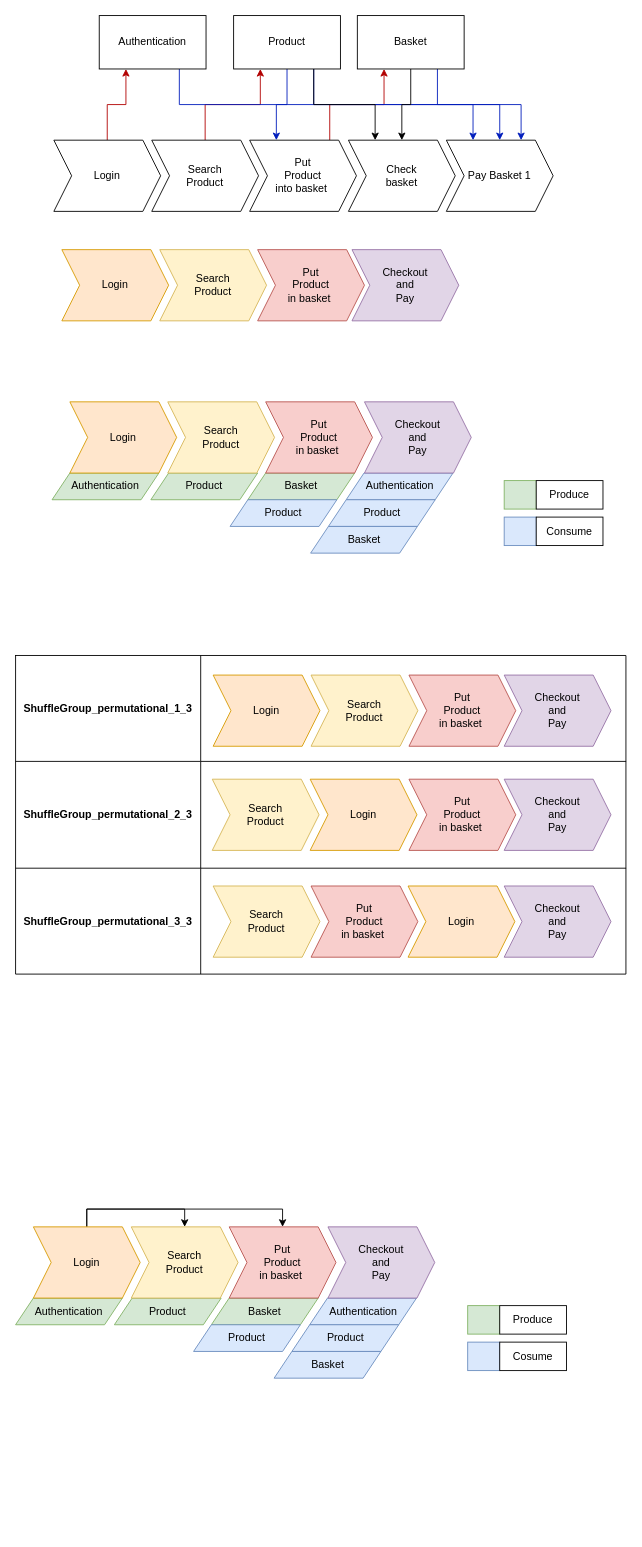
This is page "PermutationsInAction" (16 of 16) of diagrams/PhasedDiagrams.drawio from adobe/phased-testing, a draw.io file, before an edit. Source tidied: cells renumbered, new cells numbered last; positions are measured from the earlier drawing's top-left corner, leaving out a move shared by most shapes. Both pictures are drawn from the tidied source at 89%, with x=0, y=0 at pixel (15, 15).
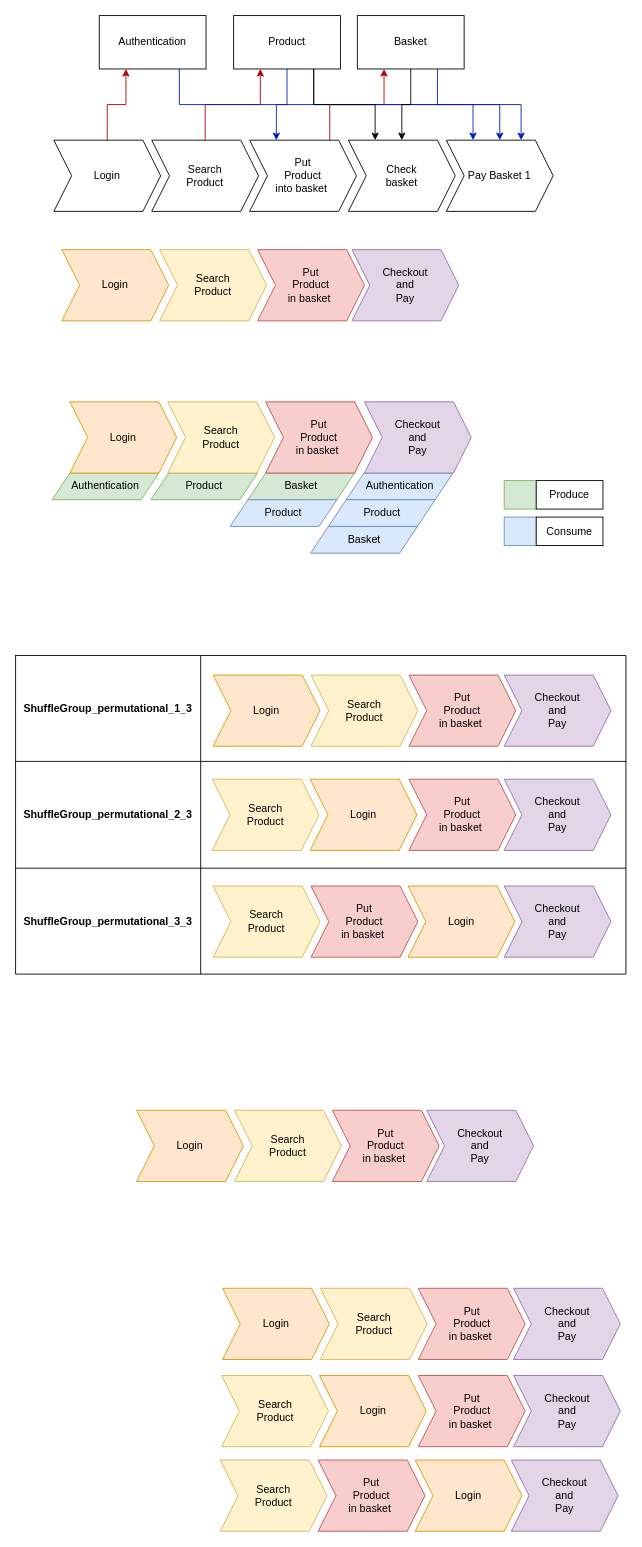
The same diagram, later.

Diff of the diagram source:
```diff
@@
-    <mxCell id="60" value="Authentication" style="shape=parallelogram;perimeter=parallelogramPerimeter;whiteSpace=wrap;html=1;fixedSize=1;fillColor=#d5e8d4;strokeColor=#82b366;" parent="1" vertex="1">
-      <mxGeometry y="1441" width="120" height="30" as="geometry" />
-    </mxCell>
-    <mxCell id="61" value="Product" style="shape=parallelogram;perimeter=parallelogramPerimeter;whiteSpace=wrap;html=1;fixedSize=1;fillColor=#d5e8d4;strokeColor=#82b366;" parent="1" vertex="1">
-      <mxGeometry x="111" y="1441" width="120" height="30" as="geometry" />
-    </mxCell>
-    <mxCell id="62" value="Basket" style="shape=parallelogram;perimeter=parallelogramPerimeter;whiteSpace=wrap;html=1;fixedSize=1;fillColor=#d5e8d4;strokeColor=#82b366;" parent="1" vertex="1">
-      <mxGeometry x="220" y="1441" width="120" height="30" as="geometry" />
-    </mxCell>
-    <mxCell id="63" value="Authentication" style="shape=parallelogram;perimeter=parallelogramPerimeter;whiteSpace=wrap;html=1;fixedSize=1;fillColor=#dae8fc;strokeColor=#6c8ebf;" parent="1" vertex="1">
-      <mxGeometry x="330.5" y="1441" width="120" height="30" as="geometry" />
-    </mxCell>
-    <mxCell id="64" value="Product" style="shape=parallelogram;perimeter=parallelogramPerimeter;whiteSpace=wrap;html=1;fixedSize=1;fillColor=#dae8fc;strokeColor=#6c8ebf;" parent="1" vertex="1">
-      <mxGeometry x="200" y="1471" width="120" height="30" as="geometry" />
-    </mxCell>
-    <mxCell id="65" value="Product" style="shape=parallelogram;perimeter=parallelogramPerimeter;whiteSpace=wrap;html=1;fixedSize=1;fillColor=#dae8fc;strokeColor=#6c8ebf;" parent="1" vertex="1">
-      <mxGeometry x="310.5" y="1471" width="120" height="30" as="geometry" />
-    </mxCell>
-    <mxCell id="66" value="Basket" style="shape=parallelogram;perimeter=parallelogramPerimeter;whiteSpace=wrap;html=1;fixedSize=1;fillColor=#dae8fc;strokeColor=#6c8ebf;" parent="1" vertex="1">
-      <mxGeometry x="290.5" y="1501" width="120" height="30" as="geometry" />
-    </mxCell>
-    <mxCell id="67" style="rounded=0;whiteSpace=wrap;html=1;fillColor=#d5e8d4;strokeColor=#82b366;" parent="1" vertex="1">
-      <mxGeometry x="508" y="1449.5" width="36" height="32" as="geometry" />
-    </mxCell>
-    <mxCell id="68" value="Produce" style="rounded=0;whiteSpace=wrap;html=1;" parent="1" vertex="1">
-      <mxGeometry x="544" y="1449.5" width="75" height="32" as="geometry" />
-    </mxCell>
-    <mxCell id="69" style="rounded=0;whiteSpace=wrap;html=1;fillColor=#dae8fc;strokeColor=#6c8ebf;" parent="1" vertex="1">
-      <mxGeometry x="508" y="1490.5" width="36" height="32" as="geometry" />
-    </mxCell>
-    <mxCell id="70" value="Cosume" style="rounded=0;whiteSpace=wrap;html=1;" parent="1" vertex="1">
-      <mxGeometry x="544" y="1490.5" width="75" height="32" as="geometry" />
-    </mxCell>
-    <mxCell id="71" style="edgeStyle=orthogonalEdgeStyle;rounded=0;jettySize=auto;html=1;exitX=0.5;exitY=0;exitDx=0;exitDy=0;entryX=0.5;entryY=0;entryDx=0;entryDy=0;" parent="1" edge="1" source="73" target="76">
-      <mxGeometry relative="1" as="geometry" />
-    </mxCell>
-    <mxCell id="72" style="edgeStyle=orthogonalEdgeStyle;rounded=0;jettySize=auto;html=1;exitX=0.5;exitY=0;exitDx=0;exitDy=0;entryX=0.5;entryY=0;entryDx=0;entryDy=0;" parent="1" edge="1" source="73" target="74">
-      <mxGeometry relative="1" as="geometry" />
-    </mxCell>
-    <mxCell id="73" value="Login" style="shape=step;perimeter=stepPerimeter;whiteSpace=wrap;html=1;fixedSize=1;fillColor=#ffe6cc;strokeColor=#d79b00;" parent="1" vertex="1">
-      <mxGeometry x="20" y="1361" width="120" height="80" as="geometry" />
-    </mxCell>
-    <mxCell id="74" value="Put &lt;br&gt;Product&lt;br&gt;in basket&amp;nbsp;" style="shape=step;perimeter=stepPerimeter;whiteSpace=wrap;html=1;fixedSize=1;fillColor=#f8cecc;strokeColor=#b85450;" parent="1" vertex="1">
-      <mxGeometry x="240" y="1361" width="120" height="80" as="geometry" />
-    </mxCell>
-    <mxCell id="75" value="Checkout &lt;br&gt;and &lt;br&gt;Pay" style="shape=step;perimeter=stepPerimeter;whiteSpace=wrap;html=1;fixedSize=1;fillColor=#e1d5e7;strokeColor=#9673a6;" parent="1" vertex="1">
-      <mxGeometry x="351" y="1361" width="120" height="80" as="geometry" />
-    </mxCell>
-    <mxCell id="76" value="Search &lt;br&gt;Product" style="shape=step;perimeter=stepPerimeter;whiteSpace=wrap;html=1;fixedSize=1;fillColor=#fff2cc;strokeColor=#d6b656;" parent="1" vertex="1">
-      <mxGeometry x="130" y="1361" width="120" height="80" as="geometry" />
-    </mxCell>
+    <mxCell id="77" value="Login" style="shape=step;perimeter=stepPerimeter;whiteSpace=wrap;html=1;fixedSize=1;fillColor=#ffe6cc;strokeColor=#d79b00;" parent="1" vertex="1">
+      <mxGeometry x="136" y="1230" width="120" height="80" as="geometry" />
+    </mxCell>
+    <mxCell id="78" value="Put &lt;br&gt;Product&lt;br&gt;in basket&amp;nbsp;" style="shape=step;perimeter=stepPerimeter;whiteSpace=wrap;html=1;fixedSize=1;fillColor=#f8cecc;strokeColor=#b85450;" parent="1" vertex="1">
+      <mxGeometry x="356" y="1230" width="120" height="80" as="geometry" />
+    </mxCell>
+    <mxCell id="79" value="Checkout &lt;br&gt;and &lt;br&gt;Pay" style="shape=step;perimeter=stepPerimeter;whiteSpace=wrap;html=1;fixedSize=1;fillColor=#e1d5e7;strokeColor=#9673a6;" parent="1" vertex="1">
+      <mxGeometry x="462" y="1230" width="120" height="80" as="geometry" />
+    </mxCell>
+    <mxCell id="80" value="Search &lt;br&gt;Product" style="shape=step;perimeter=stepPerimeter;whiteSpace=wrap;html=1;fixedSize=1;fillColor=#fff2cc;strokeColor=#d6b656;" parent="1" vertex="1">
+      <mxGeometry x="246" y="1230" width="120" height="80" as="geometry" />
+    </mxCell>
+    <mxCell id="81" value="Login" style="shape=step;perimeter=stepPerimeter;whiteSpace=wrap;html=1;fixedSize=1;fillColor=#ffe6cc;strokeColor=#d79b00;" parent="1" vertex="1">
+      <mxGeometry x="232.5" y="1430" width="120" height="80" as="geometry" />
+    </mxCell>
+    <mxCell id="82" value="Put &lt;br&gt;Product&lt;br&gt;in basket&amp;nbsp;" style="shape=step;perimeter=stepPerimeter;whiteSpace=wrap;html=1;fixedSize=1;fillColor=#f8cecc;strokeColor=#b85450;" parent="1" vertex="1">
+      <mxGeometry x="452.5" y="1430" width="120" height="80" as="geometry" />
+    </mxCell>
+    <mxCell id="83" value="Checkout &lt;br&gt;and &lt;br&gt;Pay" style="shape=step;perimeter=stepPerimeter;whiteSpace=wrap;html=1;fixedSize=1;fillColor=#e1d5e7;strokeColor=#9673a6;" parent="1" vertex="1">
+      <mxGeometry x="559.5" y="1430" width="120" height="80" as="geometry" />
+    </mxCell>
+    <mxCell id="84" value="Search &lt;br&gt;Product" style="shape=step;perimeter=stepPerimeter;whiteSpace=wrap;html=1;fixedSize=1;fillColor=#fff2cc;strokeColor=#d6b656;" parent="1" vertex="1">
+      <mxGeometry x="342.5" y="1430" width="120" height="80" as="geometry" />
+    </mxCell>
+    <mxCell id="85" value="Login" style="shape=step;perimeter=stepPerimeter;whiteSpace=wrap;html=1;fixedSize=1;fillColor=#ffe6cc;strokeColor=#d79b00;" parent="1" vertex="1">
+      <mxGeometry x="341.5" y="1528" width="120" height="80" as="geometry" />
+    </mxCell>
+    <mxCell id="86" value="Put &lt;br&gt;Product&lt;br&gt;in basket&amp;nbsp;" style="shape=step;perimeter=stepPerimeter;whiteSpace=wrap;html=1;fixedSize=1;fillColor=#f8cecc;strokeColor=#b85450;" parent="1" vertex="1">
+      <mxGeometry x="452.5" y="1528" width="120" height="80" as="geometry" />
+    </mxCell>
+    <mxCell id="87" value="Checkout &lt;br&gt;and &lt;br&gt;Pay" style="shape=step;perimeter=stepPerimeter;whiteSpace=wrap;html=1;fixedSize=1;fillColor=#e1d5e7;strokeColor=#9673a6;" parent="1" vertex="1">
+      <mxGeometry x="559.5" y="1528" width="120" height="80" as="geometry" />
+    </mxCell>
+    <mxCell id="88" value="Search &lt;br&gt;Product" style="shape=step;perimeter=stepPerimeter;whiteSpace=wrap;html=1;fixedSize=1;fillColor=#fff2cc;strokeColor=#d6b656;" parent="1" vertex="1">
+      <mxGeometry x="231.5" y="1528" width="120" height="80" as="geometry" />
+    </mxCell>
+    <mxCell id="89" value="Checkout &lt;br&gt;and &lt;br&gt;Pay" style="shape=step;perimeter=stepPerimeter;whiteSpace=wrap;html=1;fixedSize=1;fillColor=#e1d5e7;strokeColor=#9673a6;" parent="1" vertex="1">
+      <mxGeometry x="557" y="1623" width="120" height="80" as="geometry" />
+    </mxCell>
+    <mxCell id="90" value="Put &lt;br&gt;Product&lt;br&gt;in basket&amp;nbsp;" style="shape=step;perimeter=stepPerimeter;whiteSpace=wrap;html=1;fixedSize=1;fillColor=#f8cecc;strokeColor=#b85450;" parent="1" vertex="1">
+      <mxGeometry x="340" y="1623" width="120" height="80" as="geometry" />
+    </mxCell>
+    <mxCell id="91" value="Search &lt;br&gt;Product" style="shape=step;perimeter=stepPerimeter;whiteSpace=wrap;html=1;fixedSize=1;fillColor=#fff2cc;strokeColor=#d6b656;" parent="1" vertex="1">
+      <mxGeometry x="230" y="1623" width="120" height="80" as="geometry" />
+    </mxCell>
+    <mxCell id="92" value="Login" style="shape=step;perimeter=stepPerimeter;whiteSpace=wrap;html=1;fixedSize=1;fillColor=#ffe6cc;strokeColor=#d79b00;" parent="1" vertex="1">
+      <mxGeometry x="449" y="1623" width="120" height="80" as="geometry" />
+    </mxCell>
```
